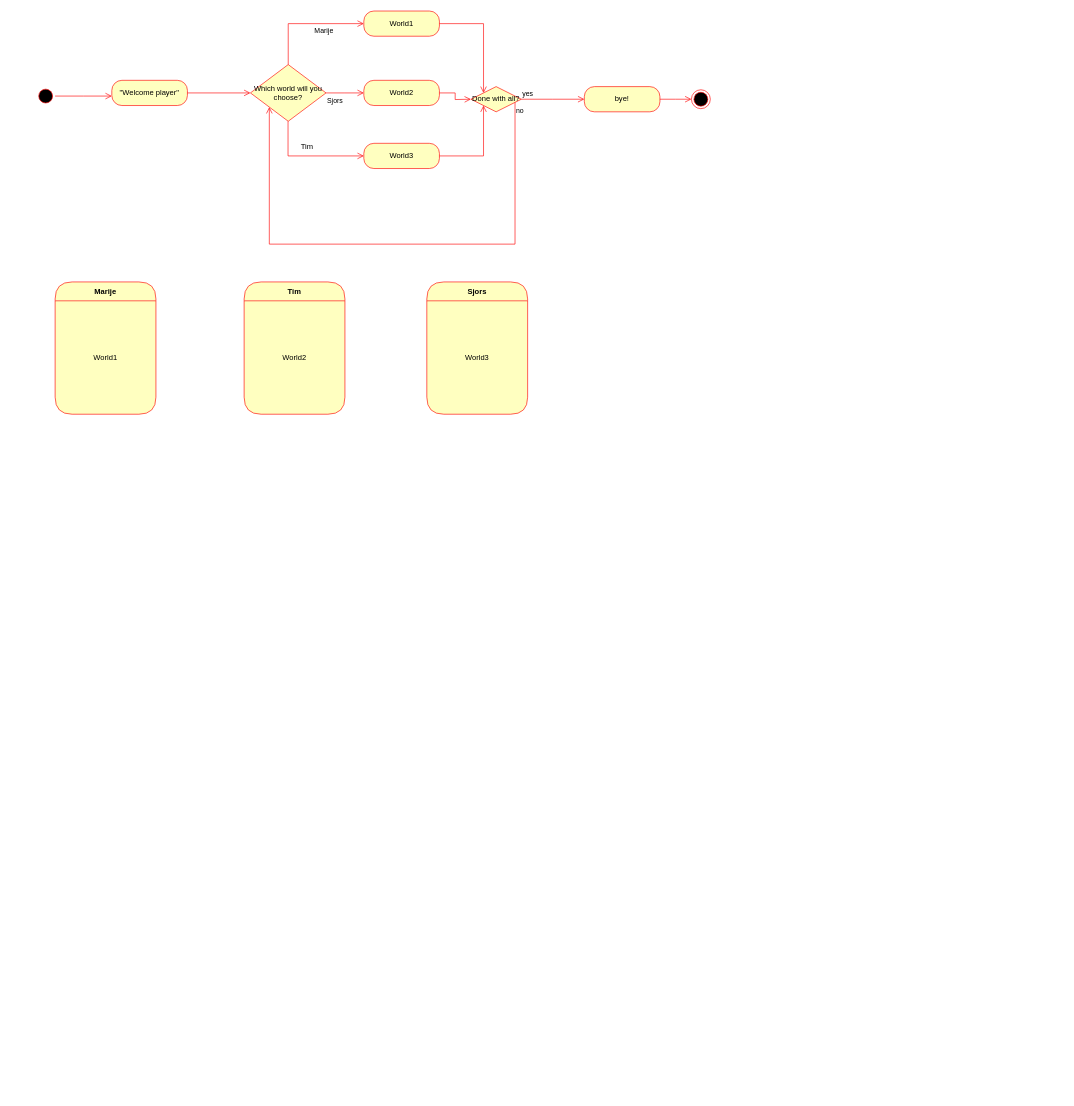
sjorswilkes/sjorswilkes.github.io keeps this draw.io diagram as Activity diagram project1 .drawio. Above is the earlier version. Source tidied: cells renumbered, new cells numbered last; positions are measured from the earlier drawing's top-left corner, leaving out a move shared by most shapes. Both pictures are drawn from the tidied source at 63%, with x=0, y=0 at pixel (36, 11).
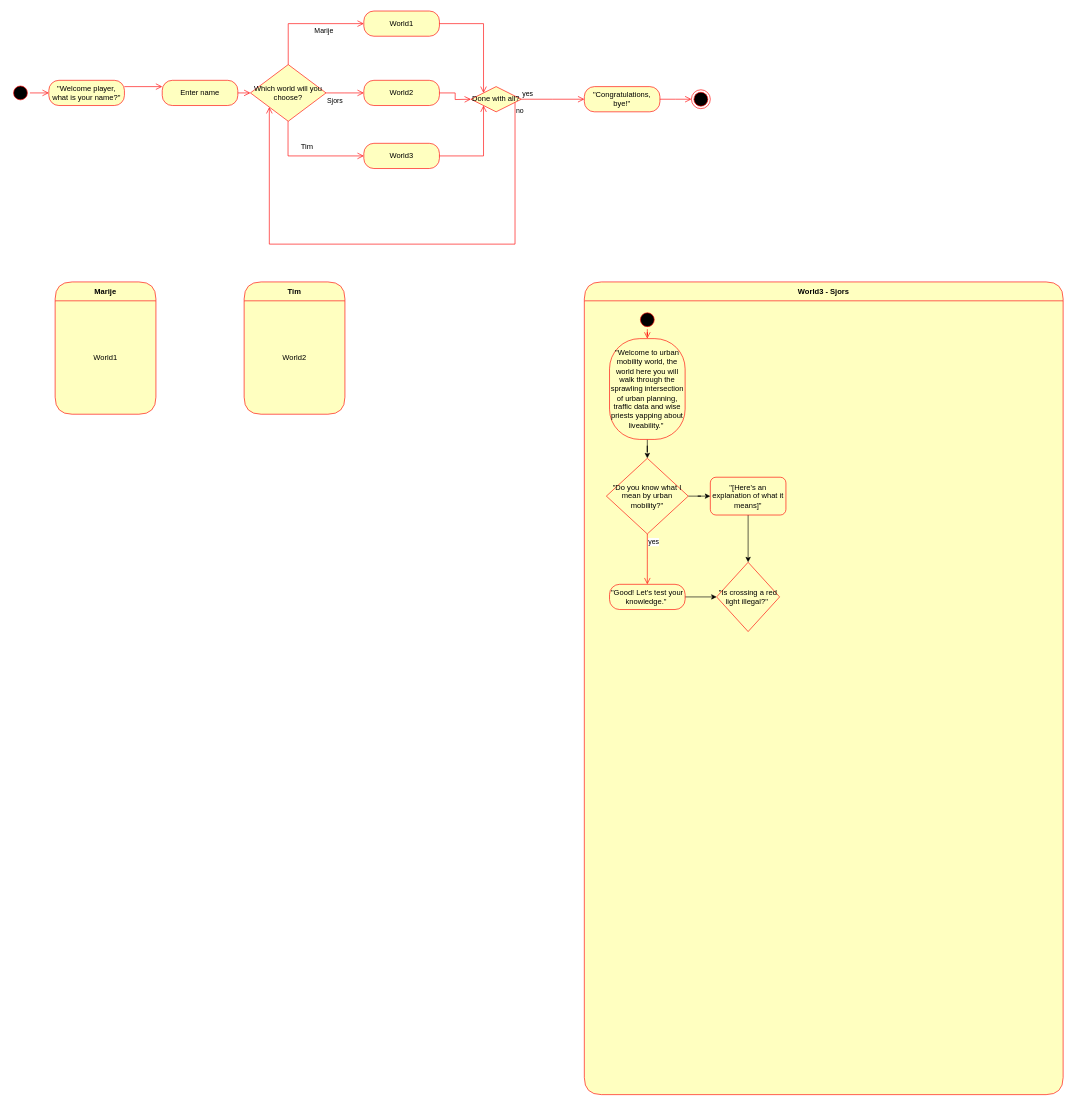
After the change.

Commit message:
Update Activity diagram project1,2 .drawio

Diff of the diagram source:
```diff
@@
     <mxCell id="2" style="ellipse;html=1;shape=startState;fillColor=#000000;strokeColor=#ff0000;" parent="1" vertex="1">
-      <mxGeometry y="120" width="30" height="30" as="geometry" />
+      <mxGeometry x="-40" y="115" width="30" height="30" as="geometry" />
     </mxCell>
-    <mxCell id="3" style="edgeStyle=orthogonalEdgeStyle;html=1;verticalAlign=bottom;endArrow=open;endSize=8;strokeColor=#ff0000;rounded=0;" parent="1" edge="1" source="2">
-      <mxGeometry relative="1" as="geometry">
-        <mxPoint x="120" y="135" as="targetPoint" />
-      </mxGeometry>
+    <mxCell id="3" style="edgeStyle=orthogonalEdgeStyle;html=1;verticalAlign=bottom;endArrow=open;endSize=8;strokeColor=#ff0000;rounded=0;entryX=0;entryY=0.5;entryDx=0;entryDy=0;" parent="1" edge="1" source="2" target="30">
+      <mxGeometry relative="1" as="geometry" />
     </mxCell>
-    <mxCell id="4" value="&quot;Welcome player&quot;" style="rounded=1;whiteSpace=wrap;html=1;arcSize=40;fontColor=#000000;fillColor=#ffffc0;strokeColor=#ff0000;" parent="1" vertex="1">
-      <mxGeometry x="120" y="110" width="120" height="40" as="geometry" />
-    </mxCell>
-    <mxCell id="5" style="edgeStyle=orthogonalEdgeStyle;html=1;verticalAlign=bottom;endArrow=open;endSize=8;strokeColor=#ff0000;rounded=0;" parent="1" edge="1" source="4">
+    <mxCell id="5" style="edgeStyle=orthogonalEdgeStyle;html=1;verticalAlign=bottom;endArrow=open;endSize=8;strokeColor=#ff0000;rounded=0;exitX=1;exitY=0.5;exitDx=0;exitDy=0;" parent="1" edge="1" source="29">
       <mxGeometry relative="1" as="geometry">
         <mxPoint x="340" y="130" as="targetPoint" />
-        <Array as="points">
-          <mxPoint x="340" y="130" />
-        </Array>
       </mxGeometry>
     </mxCell>
@@
-    <mxCell id="20" value="bye!" style="rounded=1;whiteSpace=wrap;html=1;arcSize=40;fontColor=#000000;fillColor=#ffffc0;strokeColor=#ff0000;" parent="1" vertex="1">
+    <mxCell id="20" value="&quot;Congratulations, bye!&quot;" style="rounded=1;whiteSpace=wrap;html=1;arcSize=40;fontColor=#000000;fillColor=#ffffc0;strokeColor=#ff0000;" parent="1" vertex="1">
       <mxGeometry x="870" y="120" width="120" height="40" as="geometry" />
     </mxCell>
@@
-    <mxCell id="27" value="Sjors" style="swimlane;fontStyle=1;align=center;verticalAlign=middle;horizontal=1;startSize=30;fontColor=#000000;rounded=1;arcSize=30;strokeColor=#ff0000;fillColor=#ffffc0;swimlaneFillColor=#ffffc0;" parent="1" vertex="1">
-      <mxGeometry x="620" y="430" width="160" height="210" as="geometry" />
+    <mxCell id="27" value="World3 - Sjors" style="swimlane;fontStyle=1;align=center;verticalAlign=middle;horizontal=1;startSize=30;fontColor=#000000;rounded=1;arcSize=30;strokeColor=#ff0000;fillColor=#ffffc0;swimlaneFillColor=#ffffc0;" parent="1" vertex="1">
+      <mxGeometry x="870" y="430" width="760" height="1290" as="geometry" />
     </mxCell>
-    <mxCell id="28" value="World3" style="text;html=1;strokeColor=none;fillColor=none;align=center;verticalAlign=middle;spacingLeft=4;spacingRight=4;whiteSpace=wrap;overflow=hidden;fontColor=#000000;" parent="27" vertex="1">
-      <mxGeometry y="30" width="160" height="180" as="geometry" />
-    </mxCell>
+    <mxCell id="29" value="Enter name" style="rounded=1;whiteSpace=wrap;html=1;arcSize=40;fontColor=#000000;fillColor=#ffffc0;strokeColor=#ff0000;" parent="1" vertex="1">
+      <mxGeometry x="200" y="110" width="120" height="40" as="geometry" />
+    </mxCell>
+    <mxCell id="30" value="&quot;Welcome player, what is your name?&quot;" style="rounded=1;whiteSpace=wrap;html=1;arcSize=40;fontColor=#000000;fillColor=#ffffc0;strokeColor=#ff0000;" parent="1" vertex="1">
+      <mxGeometry x="20" y="110" width="120" height="40" as="geometry" />
+    </mxCell>
+    <mxCell id="31" style="edgeStyle=orthogonalEdgeStyle;html=1;verticalAlign=bottom;endArrow=open;endSize=8;strokeColor=#ff0000;rounded=0;entryX=0;entryY=0.25;entryDx=0;entryDy=0;" parent="1" edge="1" source="30" target="29">
+      <mxGeometry relative="1" as="geometry">
+        <Array as="points">
+          <mxPoint x="160" y="120" />
+          <mxPoint x="160" y="120" />
+        </Array>
+      </mxGeometry>
+    </mxCell>
+    <mxCell id="32" style="ellipse;html=1;shape=startState;fillColor=#000000;strokeColor=#ff0000;" parent="1" vertex="1">
+      <mxGeometry x="955" y="475" width="30" height="30" as="geometry" />
+    </mxCell>
+    <mxCell id="33" style="edgeStyle=orthogonalEdgeStyle;html=1;verticalAlign=bottom;endArrow=open;endSize=8;strokeColor=#ff0000;rounded=0;entryX=0.5;entryY=0;entryDx=0;entryDy=0;" parent="1" edge="1" source="32" target="35">
+      <mxGeometry relative="1" as="geometry" />
+    </mxCell>
+    <mxCell id="34" style="edgeStyle=orthogonalEdgeStyle;rounded=0;jettySize=auto;html=1;" parent="1" edge="1" source="35" target="37">
+      <mxGeometry relative="1" as="geometry" />
+    </mxCell>
+    <mxCell id="35" value="&quot;Welcome to urban mobility world, the world here you will walk through the sprawling intersection of urban planning, traffic data and wise priests yapping about liveability.&quot;&amp;nbsp;" style="rounded=1;whiteSpace=wrap;html=1;arcSize=40;fontColor=#000000;fillColor=#ffffc0;strokeColor=#ff0000;" parent="1" vertex="1">
+      <mxGeometry x="910" y="520" width="120" height="160" as="geometry" />
+    </mxCell>
+    <mxCell id="36" style="edgeStyle=orthogonalEdgeStyle;rounded=0;jettySize=auto;html=1;" parent="1" edge="1" source="37" target="42">
+      <mxGeometry relative="1" as="geometry" />
+    </mxCell>
+    <mxCell id="37" value="&quot;Do you know what I mean by urban mobility?&quot;" style="rhombus;whiteSpace=wrap;html=1;fontColor=#000000;fillColor=#ffffc0;strokeColor=#ff0000;" parent="1" vertex="1">
+      <mxGeometry x="905" y="710" width="130" height="120" as="geometry" />
+    </mxCell>
+    <mxCell id="38" value="yes" style="edgeStyle=orthogonalEdgeStyle;html=1;align=left;verticalAlign=top;endArrow=open;endSize=8;strokeColor=#ff0000;rounded=0;" parent="1" edge="1" source="37">
+      <mxGeometry x="-1" relative="1" as="geometry">
+        <mxPoint x="970" y="910" as="targetPoint" />
+        <Array as="points">
+          <mxPoint x="970" y="870" />
+          <mxPoint x="970" y="870" />
+        </Array>
+      </mxGeometry>
+    </mxCell>
+    <mxCell id="39" style="edgeStyle=orthogonalEdgeStyle;rounded=0;jettySize=auto;html=1;" parent="1" edge="1" source="40" target="43">
+      <mxGeometry relative="1" as="geometry" />
+    </mxCell>
+    <mxCell id="40" value="&quot;Good! Let's test your knowledge.&quot;&amp;nbsp;" style="rounded=1;whiteSpace=wrap;html=1;arcSize=40;fontColor=#000000;fillColor=#ffffc0;strokeColor=#ff0000;shape=label;" parent="1" vertex="1">
+      <mxGeometry x="910" y="910" width="120" height="40" as="geometry" />
+    </mxCell>
+    <mxCell id="41" style="edgeStyle=orthogonalEdgeStyle;rounded=0;jettySize=auto;html=1;" parent="1" edge="1" source="42" target="43">
+      <mxGeometry relative="1" as="geometry" />
+    </mxCell>
+    <mxCell id="42" value="&quot;[Here's an explanation of what it means]&quot;" style="rounded=1;whiteSpace=wrap;html=1;fillColor=#ffffc0;strokeColor=#ff0000;fontColor=#000000;" parent="1" vertex="1">
+      <mxGeometry x="1070" y="740" width="120" height="60" as="geometry" />
+    </mxCell>
+    <mxCell id="43" value="&quot;Is crossing a red light illegal?&quot;&amp;nbsp;" style="rhombus;whiteSpace=wrap;html=1;fontColor=#000000;fillColor=#ffffc0;strokeColor=#ff0000;" parent="1" vertex="1">
+      <mxGeometry x="1080" y="875" width="100" height="110" as="geometry" />
+    </mxCell>
```
